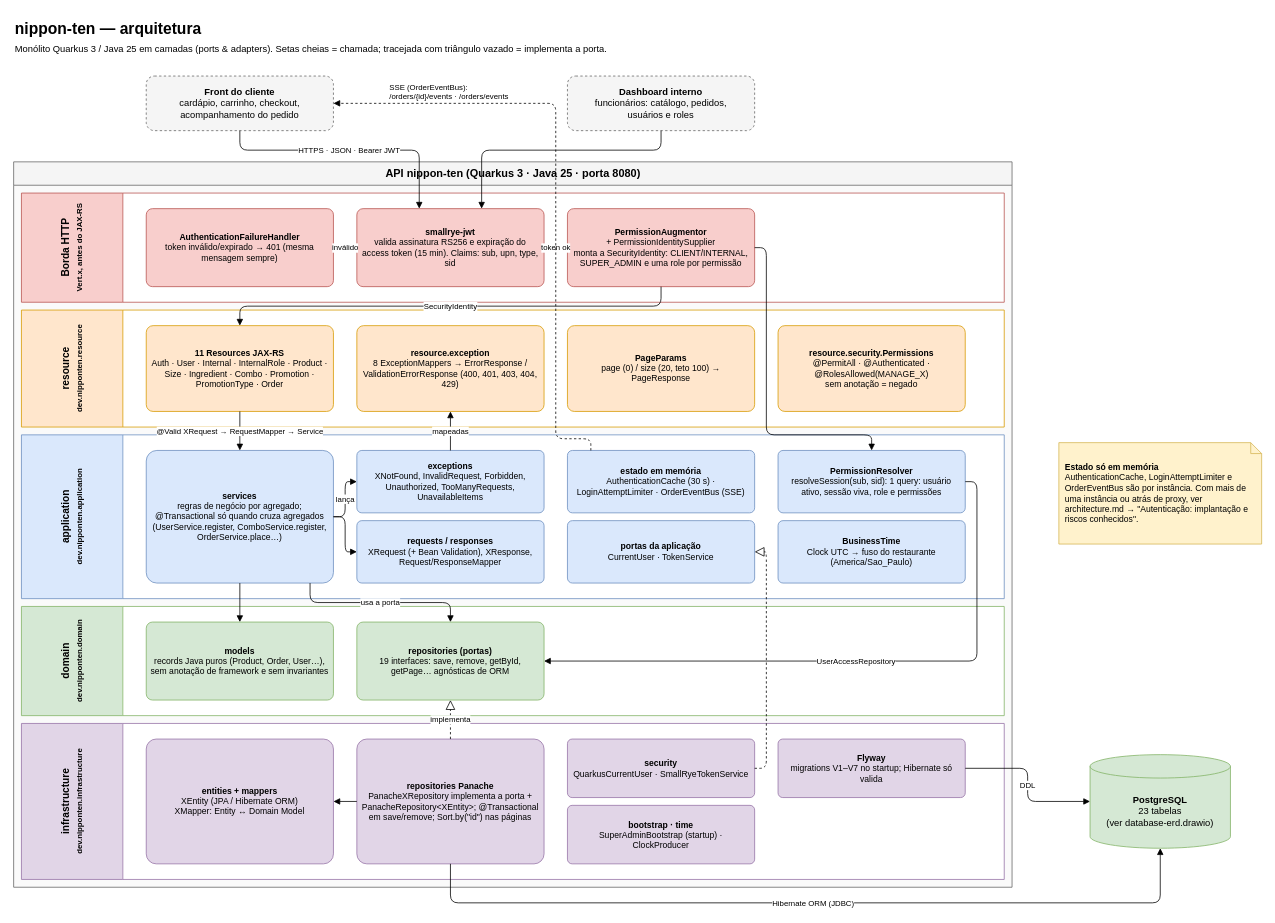
doda-s/nippon-ten keeps this draw.io diagram as page "Camadas" (1 of 2) of docs/diagrams/architecture.drawio. Above is the earlier version. Source tidied: cells renumbered, new cells numbered last; positions are measured from the earlier drawing's top-left corner, leaving out a move shared by most shapes. Both pictures are drawn from the tidied source at 78%, with x=0, y=0 at pixel (13, 13).
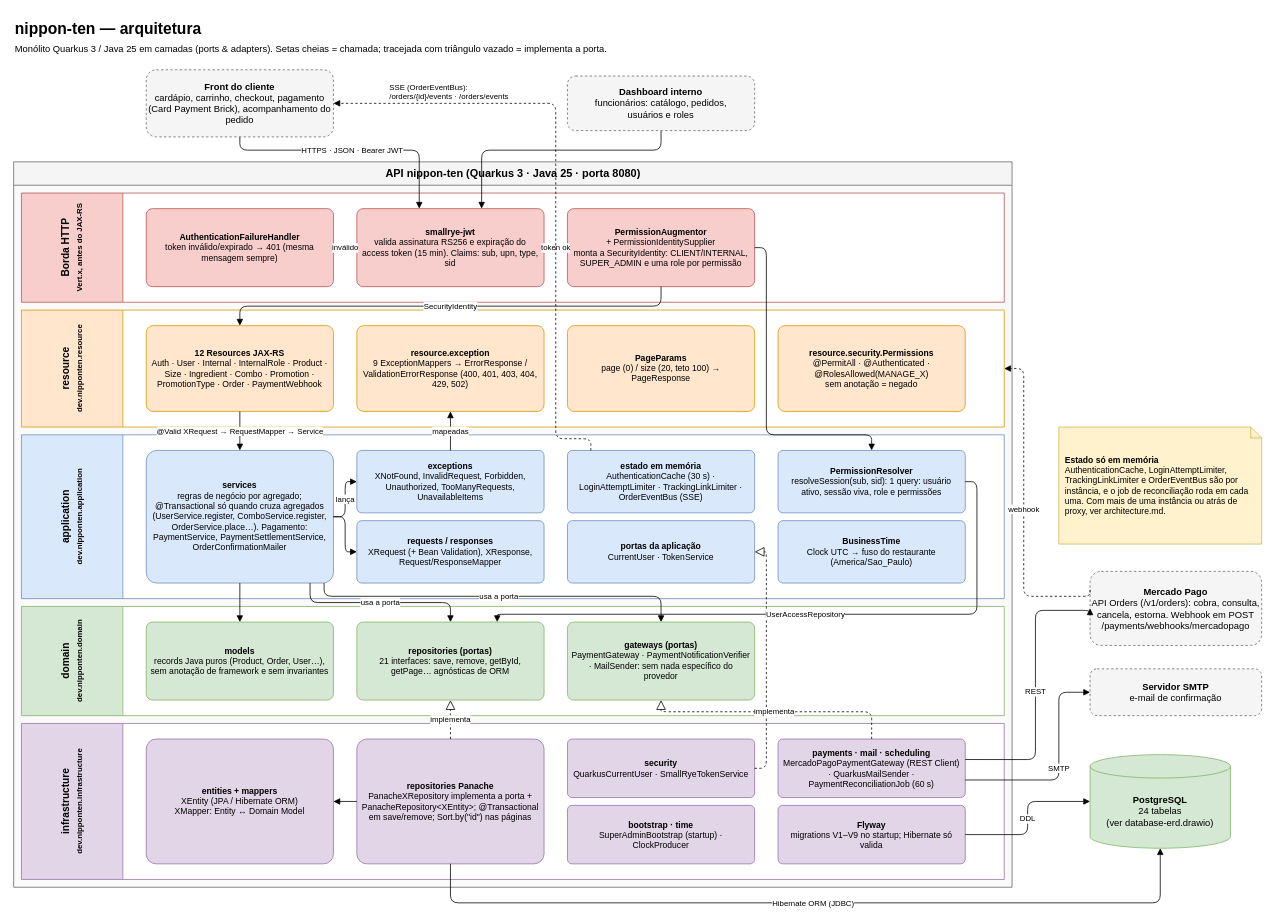
The same diagram, later.

Commit message (it also covers changes not shown here):
docs(diagrams): show online payments and order email in the diagrams

Unchanged cells that the change refers to:
```xml
<mxCell id="7" value="resource&lt;br&gt;&lt;font style='font-size:10px'&gt;dev.nipponten.resource&lt;/font&gt;" style="swimlane;horizontal=0;startSize=130;html=1;whiteSpace=wrap;fontStyle=1;fontSize=13;swimlaneFillColor=#ffffff;fillColor=#ffe6cc;strokeColor=#d79b00;" parent="5" vertex="1">
  <mxGeometry x="10" y="190" width="1260" height="150" as="geometry" />
</mxCell>
<mxCell id="8" value="application&lt;br&gt;&lt;font style='font-size:10px'&gt;dev.nipponten.application&lt;/font&gt;" style="swimlane;horizontal=0;startSize=130;html=1;whiteSpace=wrap;fontStyle=1;fontSize=13;swimlaneFillColor=#ffffff;fillColor=#dae8fc;strokeColor=#6c8ebf;" parent="5" vertex="1">
  <mxGeometry x="10" y="350" width="1260" height="210" as="geometry" />
</mxCell>
<mxCell id="9" value="domain&lt;br&gt;&lt;font style='font-size:10px'&gt;dev.nipponten.domain&lt;/font&gt;" style="swimlane;horizontal=0;startSize=130;html=1;whiteSpace=wrap;fontStyle=1;fontSize=13;swimlaneFillColor=#ffffff;fillColor=#d5e8d4;strokeColor=#82b366;" parent="5" vertex="1">
  <mxGeometry x="10" y="570" width="1260" height="140" as="geometry" />
</mxCell>
<mxCell id="10" value="infrastructure&lt;br&gt;&lt;font style='font-size:10px'&gt;dev.nipponten.infrastructure&lt;/font&gt;" style="swimlane;horizontal=0;startSize=130;html=1;whiteSpace=wrap;fontStyle=1;fontSize=13;swimlaneFillColor=#ffffff;fillColor=#e1d5e7;strokeColor=#9673a6;" parent="5" vertex="1">
  <mxGeometry x="10" y="720" width="1260" height="200" as="geometry" />
</mxCell>
<mxCell id="23" value="&lt;b&gt;PermissionResolver&lt;/b&gt;&lt;br&gt;resolveSession(sub, sid): 1 query: usuário ativo, sessão viva, role e permissões" style="rounded=1;whiteSpace=wrap;html=1;fontSize=11;arcSize=8;spacing=6;fillColor=#dae8fc;strokeColor=#6c8ebf;" parent="8" vertex="1">
  <mxGeometry x="970" y="20" width="240" height="80" as="geometry" />
</mxCell>
```

Diff of the diagram source:
```diff
@@
-    <mxCell id="3" value="&lt;b&gt;Front do cliente&lt;/b&gt;&lt;br&gt;cardápio, carrinho, checkout,&lt;br&gt;acompanhamento do pedido" style="rounded=1;whiteSpace=wrap;html=1;dashed=1;fillColor=#f5f5f5;strokeColor=#666666;fontSize=12;" parent="1" vertex="1">
-      <mxGeometry x="170" y="80" width="240" height="70" as="geometry" />
+    <mxCell id="3" value="&lt;b&gt;Front do cliente&lt;/b&gt;&lt;br&gt;cardápio, carrinho, checkout, pagamento (Card Payment Brick), acompanhamento do pedido" style="rounded=1;whiteSpace=wrap;html=1;dashed=1;fillColor=#f5f5f5;strokeColor=#666666;fontSize=12;" parent="1" vertex="1">
+      <mxGeometry x="170" y="72" width="240" height="86" as="geometry" />
     </mxCell>
@@
-    <mxCell id="14" value="&lt;b&gt;11 Resources JAX-RS&lt;/b&gt;&lt;br&gt;Auth · User · Internal · InternalRole · Product · Size · Ingredient · Combo · Promotion · PromotionType · Order" style="rounded=1;whiteSpace=wrap;html=1;fontSize=11;arcSize=8;spacing=6;fillColor=#ffe6cc;strokeColor=#d79b00;" parent="7" vertex="1">
+    <mxCell id="14" value="&lt;b&gt;12 Resources JAX-RS&lt;/b&gt;&lt;br&gt;Auth · User · Internal · InternalRole · Product · Size · Ingredient · Combo · Promotion · PromotionType · Order · PaymentWebhook" style="rounded=1;whiteSpace=wrap;html=1;fontSize=11;arcSize=8;spacing=6;fillColor=#ffe6cc;strokeColor=#d79b00;" parent="7" vertex="1">
       <mxGeometry x="160" y="20" width="240" height="110" as="geometry" />
     </mxCell>
@@
-    <mxCell id="17" value="&lt;b&gt;resource.exception&lt;/b&gt;&lt;br&gt;8 ExceptionMappers → ErrorResponse / ValidationErrorResponse (400, 401, 403, 404, 429)" style="rounded=1;whiteSpace=wrap;html=1;fontSize=11;arcSize=8;spacing=6;fillColor=#ffe6cc;strokeColor=#d79b00;" parent="7" vertex="1">
+    <mxCell id="17" value="&lt;b&gt;resource.exception&lt;/b&gt;&lt;br&gt;9 ExceptionMappers → ErrorResponse / ValidationErrorResponse (400, 401, 403, 404, 429, 502)" style="rounded=1;whiteSpace=wrap;html=1;fontSize=11;arcSize=8;spacing=6;fillColor=#ffe6cc;strokeColor=#d79b00;" parent="7" vertex="1">
       <mxGeometry x="430" y="20" width="240" height="110" as="geometry" />
     </mxCell>
-    <mxCell id="18" value="&lt;b&gt;services&lt;/b&gt;&lt;br&gt;regras de negócio por agregado; @Transactional só quando cruza agregados (UserService.register, ComboService.register, OrderService.place…)" style="rounded=1;whiteSpace=wrap;html=1;fontSize=11;arcSize=8;spacing=6;fillColor=#dae8fc;strokeColor=#6c8ebf;" parent="8" vertex="1">
+    <mxCell id="18" value="&lt;b&gt;services&lt;/b&gt;&lt;br&gt;regras de negócio por agregado; @Transactional só quando cruza agregados (UserService.register, ComboService.register, OrderService.place…). Pagamento: PaymentService, PaymentSettlementService, OrderConfirmationMailer" style="rounded=1;whiteSpace=wrap;html=1;fontSize=11;arcSize=8;spacing=6;fillColor=#dae8fc;strokeColor=#6c8ebf;" parent="8" vertex="1">
       <mxGeometry x="160" y="20" width="240" height="170" as="geometry" />
     </mxCell>
@@
-    <mxCell id="22" value="&lt;b&gt;estado em memória&lt;/b&gt;&lt;br&gt;AuthenticationCache (30 s) · LoginAttemptLimiter · OrderEventBus (SSE)" style="rounded=1;whiteSpace=wrap;html=1;fontSize=11;arcSize=8;spacing=6;fillColor=#dae8fc;strokeColor=#6c8ebf;" parent="8" vertex="1">
+    <mxCell id="22" value="&lt;b&gt;estado em memória&lt;/b&gt;&lt;br&gt;AuthenticationCache (30 s) · LoginAttemptLimiter · TrackingLinkLimiter · OrderEventBus (SSE)" style="rounded=1;whiteSpace=wrap;html=1;fontSize=11;arcSize=8;spacing=6;fillColor=#dae8fc;strokeColor=#6c8ebf;" parent="8" vertex="1">
       <mxGeometry x="700" y="20" width="240" height="80" as="geometry" />
     </mxCell>
@@
-    <mxCell id="26" value="&lt;b&gt;repositories (portas)&lt;/b&gt;&lt;br&gt;19 interfaces: save, remove, getById, getPage… agnósticas de ORM" style="rounded=1;whiteSpace=wrap;html=1;fontSize=11;arcSize=8;spacing=6;fillColor=#d5e8d4;strokeColor=#82b366;" parent="9" vertex="1">
+    <mxCell id="26" value="&lt;b&gt;repositories (portas)&lt;/b&gt;&lt;br&gt;21 interfaces: save, remove, getById, getPage… agnósticas de ORM" style="rounded=1;whiteSpace=wrap;html=1;fontSize=11;arcSize=8;spacing=6;fillColor=#d5e8d4;strokeColor=#82b366;" parent="9" vertex="1">
       <mxGeometry x="430" y="20" width="240" height="100" as="geometry" />
     </mxCell>
+    <mxCell id="54" value="&lt;b&gt;gateways (portas)&lt;/b&gt;&lt;br&gt;PaymentGateway · PaymentNotificationVerifier · MailSender: sem nada específico do provedor" style="rounded=1;whiteSpace=wrap;html=1;fontSize=11;arcSize=8;spacing=6;fillColor=#d5e8d4;strokeColor=#82b366;" parent="9" vertex="1">
+      <mxGeometry x="700" y="20" width="240" height="100" as="geometry" />
+    </mxCell>
@@
-    <mxCell id="31" value="&lt;b&gt;Flyway&lt;/b&gt;&lt;br&gt;migrations V1–V7 no startup; Hibernate só valida" style="rounded=1;whiteSpace=wrap;html=1;fontSize=11;arcSize=8;spacing=6;fillColor=#e1d5e7;strokeColor=#9673a6;" parent="10" vertex="1">
-      <mxGeometry x="970" y="20" width="240" height="75" as="geometry" />
+    <mxCell id="31" value="&lt;b&gt;Flyway&lt;/b&gt;&lt;br&gt;migrations V1–V9 no startup; Hibernate só valida" style="rounded=1;whiteSpace=wrap;html=1;fontSize=11;arcSize=8;spacing=6;fillColor=#e1d5e7;strokeColor=#9673a6;" parent="10" vertex="1">
+      <mxGeometry x="970" y="105" width="240" height="75" as="geometry" />
     </mxCell>
+    <mxCell id="55" value="&lt;b&gt;payments · mail · scheduling&lt;/b&gt;&lt;br&gt;MercadoPagoPaymentGateway (REST Client) · QuarkusMailSender · PaymentReconciliationJob (60 s)" style="rounded=1;whiteSpace=wrap;html=1;fontSize=11;arcSize=8;spacing=6;fillColor=#e1d5e7;strokeColor=#9673a6;" parent="10" vertex="1">
+      <mxGeometry x="970" y="20" width="240" height="75" as="geometry" />
+    </mxCell>
@@
-    <mxCell id="33" value="&lt;b&gt;PostgreSQL&lt;/b&gt;&lt;br&gt;23 tabelas&lt;br&gt;(ver database-erd.drawio)" style="shape=cylinder3;whiteSpace=wrap;html=1;boundedLbl=1;size=15;fillColor=#d5e8d4;strokeColor=#82b366;fontSize=12;" parent="1" vertex="1">
+    <mxCell id="33" value="&lt;b&gt;PostgreSQL&lt;/b&gt;&lt;br&gt;24 tabelas&lt;br&gt;(ver database-erd.drawio)" style="shape=cylinder3;whiteSpace=wrap;html=1;boundedLbl=1;size=15;fillColor=#d5e8d4;strokeColor=#82b366;fontSize=12;" parent="1" vertex="1">
       <mxGeometry x="1380" y="950" width="180" height="120" as="geometry" />
     </mxCell>
+    <mxCell id="56" value="&lt;b&gt;Mercado Pago&lt;/b&gt;&lt;br&gt;API Orders (/v1/orders): cobra, consulta, cancela, estorna. Webhook em POST /payments/webhooks/mercadopago" style="rounded=1;whiteSpace=wrap;html=1;dashed=1;fillColor=#f5f5f5;strokeColor=#666666;fontSize=12;" parent="1" vertex="1">
+      <mxGeometry x="1380" y="715" width="220" height="95" as="geometry" />
+    </mxCell>
+    <mxCell id="57" value="&lt;b&gt;Servidor SMTP&lt;/b&gt;&lt;br&gt;e-mail de confirmação" style="rounded=1;whiteSpace=wrap;html=1;dashed=1;fillColor=#f5f5f5;strokeColor=#666666;fontSize=12;" parent="1" vertex="1">
+      <mxGeometry x="1380" y="840" width="220" height="60" as="geometry" />
+    </mxCell>
-    <mxCell id="34" value="&lt;b&gt;Estado só em memória&lt;/b&gt;&lt;br&gt;AuthenticationCache, LoginAttemptLimiter e OrderEventBus são por instância. Com mais de uma instância ou atrás de proxy, ver architecture.md → &quot;Autenticação: implantação e riscos conhecidos&quot;." style="shape=note;whiteSpace=wrap;html=1;size=14;fillColor=#fff2cc;strokeColor=#d6b656;fontSize=11;align=left;spacing=8;" parent="1" vertex="1">
-      <mxGeometry x="1340" y="550" width="260" height="130" as="geometry" />
+    <mxCell id="34" value="&lt;b&gt;Estado só em memória&lt;/b&gt;&lt;br&gt;AuthenticationCache, LoginAttemptLimiter, TrackingLinkLimiter e OrderEventBus são por instância, e o job de reconciliação roda em cada uma. Com mais de uma instância ou atrás de proxy, ver architecture.md." style="shape=note;whiteSpace=wrap;html=1;size=14;fillColor=#fff2cc;strokeColor=#d6b656;fontSize=11;align=left;spacing=8;" parent="1" vertex="1">
+      <mxGeometry x="1340" y="530" width="260" height="150" as="geometry" />
     </mxCell>
@@
-    <mxCell id="50" value="UserAccessRepository" style="edgeStyle=orthogonalEdgeStyle;rounded=1;html=1;fontSize=10;endArrow=block;endFill=1;labelBackgroundColor=#ffffff;" parent="1" edge="1" source="23" target="26">
+    <mxCell id="50" value="UserAccessRepository" style="edgeStyle=orthogonalEdgeStyle;rounded=1;html=1;fontSize=10;endArrow=block;endFill=1;labelBackgroundColor=#ffffff;entryX=0.75;entryY=0;entryDx=0;entryDy=0;" parent="1" edge="1" source="23" target="26">
       <mxGeometry relative="1" as="geometry">
         <Array as="points">
           <mxPoint x="1235" y="600" />
-          <mxPoint x="1235" y="830" />
+          <mxPoint x="1235" y="770" />
+          <mxPoint x="620" y="770" />
         </Array>
       </mxGeometry>
     </mxCell>
@@
+    <mxCell id="58" value="usa a porta" style="edgeStyle=orthogonalEdgeStyle;rounded=1;html=1;fontSize=10;endArrow=block;endFill=1;labelBackgroundColor=#ffffff;exitX=0.95;exitY=1;exitDx=0;exitDy=0;entryX=0.5;entryY=0;entryDx=0;entryDy=0;" parent="1" edge="1" source="18" target="54">
+      <mxGeometry relative="1" as="geometry">
+        <Array as="points">
+          <mxPoint x="398" y="747" />
+          <mxPoint x="830" y="747" />
+        </Array>
+      </mxGeometry>
+    </mxCell>
+    <mxCell id="59" value="implementa" style="edgeStyle=orthogonalEdgeStyle;rounded=1;html=1;fontSize=10;dashed=1;endArrow=block;endFill=0;endSize=10;labelBackgroundColor=#ffffff;exitX=0.5;exitY=0;exitDx=0;exitDy=0;entryX=0.5;entryY=1;entryDx=0;entryDy=0;" parent="1" edge="1" source="55" target="54">
+      <mxGeometry relative="1" as="geometry">
+        <Array as="points">
+          <mxPoint x="1100" y="895" />
+          <mxPoint x="830" y="895" />
+        </Array>
+      </mxGeometry>
+    </mxCell>
+    <mxCell id="60" value="REST" style="edgeStyle=orthogonalEdgeStyle;rounded=1;html=1;fontSize=10;endArrow=block;endFill=1;labelBackgroundColor=#ffffff;exitX=1;exitY=0.35;exitDx=0;exitDy=0;entryX=0;entryY=0.5;entryDx=0;entryDy=0;" parent="1" edge="1" source="55" target="56">
+      <mxGeometry relative="1" as="geometry">
+        <Array as="points">
+          <mxPoint x="1310" y="956" />
+          <mxPoint x="1310" y="765" />
+        </Array>
+      </mxGeometry>
+    </mxCell>
+    <mxCell id="61" value="SMTP" style="edgeStyle=orthogonalEdgeStyle;rounded=1;html=1;fontSize=10;endArrow=block;endFill=1;labelBackgroundColor=#ffffff;exitX=1;exitY=0.7;exitDx=0;exitDy=0;entryX=0;entryY=0.5;entryDx=0;entryDy=0;" parent="1" edge="1" source="55" target="57">
+      <mxGeometry relative="1" as="geometry">
+        <Array as="points">
+          <mxPoint x="1340" y="982" />
+          <mxPoint x="1340" y="870" />
+        </Array>
+      </mxGeometry>
+    </mxCell>
+    <mxCell id="62" value="webhook" style="edgeStyle=orthogonalEdgeStyle;rounded=1;html=1;fontSize=10;endArrow=block;endFill=1;labelBackgroundColor=#ffffff;dashed=1;exitX=0;exitY=0.25;exitDx=0;exitDy=0;entryX=1;entryY=0.5;entryDx=0;entryDy=0;" parent="1" edge="1" source="56" target="7">
+      <mxGeometry relative="1" as="geometry">
+        <Array as="points">
+          <mxPoint x="1295" y="747" />
+          <mxPoint x="1295" y="455" />
+        </Array>
+      </mxGeometry>
+    </mxCell>
```
